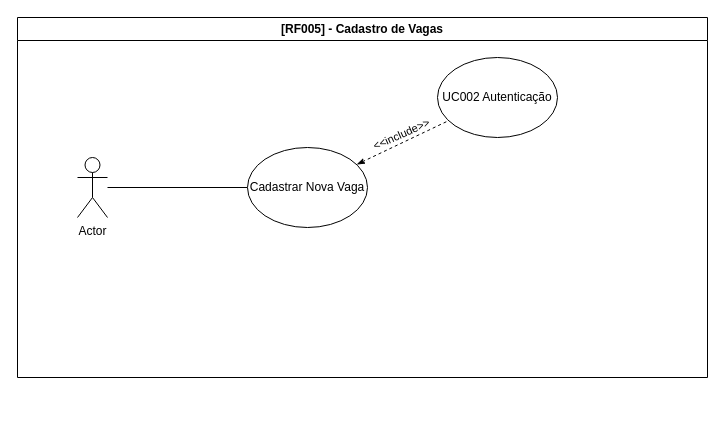
Above: Diagramas/Diagrama de Caso de Uso RF005.dio in MatchVagas/Documentation (draw.io), before the change. Source tidied: cells renumbered, new cells numbered last; positions are measured from the earlier drawing's top-left corner, leaving out a move shared by most shapes. Both pictures are drawn from the tidied source at 100%, with x=0, y=0 at pixel (17, 17).
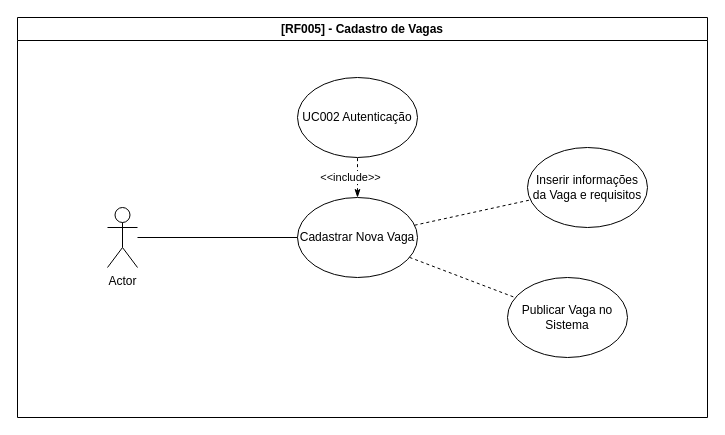
The same page after the edit.

Commit message (it also covers changes not shown here):
Modificações no diagrama de Caso de Uso MatchVagas

Change to the diagram source:
```diff
@@
 <mxGraphModel>
   <root>
     <mxCell id="0" />
     <mxCell id="1" parent="0" />
-    <mxCell id="2" value="Actor" style="shape=umlActor;verticalLabelPosition=bottom;verticalAlign=top;html=1;outlineConnect=0;" parent="1" vertex="1">
-      <mxGeometry x="60" y="140" width="30" height="60" as="geometry" />
-    </mxCell>
-    <mxCell id="3" style="endArrow=none;html=1;" parent="1" edge="1" source="2" target="5">
-      <mxGeometry relative="1" as="geometry" />
-    </mxCell>
     <mxCell id="4" value="[RF005] - Cadastro de Vagas" style="swimlane;whiteSpace=wrap;html=1;" parent="1" vertex="1">
-      <mxGeometry width="690" height="360" as="geometry" />
+      <mxGeometry width="690" height="400" as="geometry" />
     </mxCell>
     <mxCell id="5" value="Cadastrar Nova Vaga" style="ellipse;whiteSpace=wrap;html=1;" parent="4" vertex="1">
-      <mxGeometry x="230" y="130" width="120" height="80" as="geometry" />
+      <mxGeometry x="280" y="180" width="120" height="80" as="geometry" />
     </mxCell>
     <mxCell id="6" value="UC002 Autenticação" style="ellipse;whiteSpace=wrap;html=1;" parent="4" vertex="1">
-      <mxGeometry x="420" y="40" width="120" height="80" as="geometry" />
+      <mxGeometry x="280" y="60" width="120" height="80" as="geometry" />
     </mxCell>
     <mxCell id="7" style="endArrow=none;dashed=1;html=1;startArrow=classicThin;startFill=1;" parent="4" edge="1" source="5" target="6">
       <mxGeometry relative="1" as="geometry" />
     </mxCell>
-    <mxCell id="8" value="&amp;lt;&amp;lt;include&amp;gt;&amp;gt;" style="edgeLabel;html=1;align=center;verticalAlign=middle;rotation=336;" parent="7" vertex="1">
+    <mxCell id="8" value="&amp;lt;&amp;lt;include&amp;gt;&amp;gt;" style="edgeLabel;html=1;align=center;verticalAlign=middle;rotation=0;" parent="7" vertex="1">
       <mxGeometry x="0.05" y="8" relative="1" as="geometry" />
     </mxCell>
+    <mxCell id="9" value="Inserir informações da Vaga e requisitos" style="ellipse;whiteSpace=wrap;html=1;" parent="4" vertex="1">
+      <mxGeometry x="510" y="130" width="120" height="80" as="geometry" />
+    </mxCell>
+    <mxCell id="10" value="Publicar Vaga no Sistema" style="ellipse;whiteSpace=wrap;html=1;" parent="4" vertex="1">
+      <mxGeometry x="490" y="260" width="120" height="80" as="geometry" />
+    </mxCell>
+    <mxCell id="11" style="endArrow=none;dashed=1;html=1;" parent="4" edge="1" source="5" target="9">
+      <mxGeometry relative="1" as="geometry" />
+    </mxCell>
+    <mxCell id="12" style="endArrow=none;dashed=1;html=1;" parent="4" edge="1" source="5" target="10">
+      <mxGeometry relative="1" as="geometry" />
+    </mxCell>
+    <mxCell id="2" value="Actor" style="shape=umlActor;verticalLabelPosition=bottom;verticalAlign=top;html=1;outlineConnect=0;" parent="4" vertex="1">
+      <mxGeometry x="90" y="190" width="30" height="60" as="geometry" />
+    </mxCell>
+    <mxCell id="3" style="endArrow=none;html=1;" parent="4" edge="1" source="2" target="5">
+      <mxGeometry relative="1" as="geometry" />
+    </mxCell>
   </root>
 </mxGraphModel>
```
